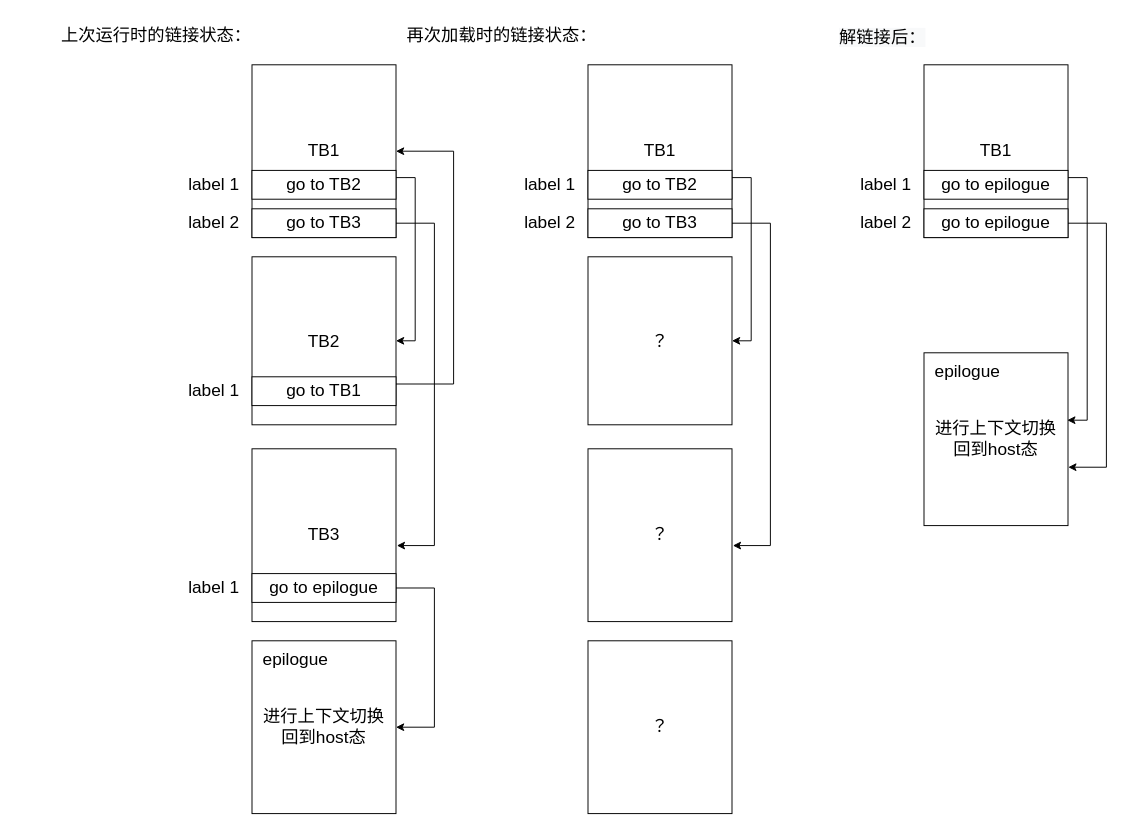
The draw.io diagram page "第 14 页" (15 of 29) of lajit.drawio in ganjue66da/ganjue66da, before the edit. Source tidied: cells renumbered, new cells numbered last; positions are measured from the earlier drawing's top-left corner, leaving out a move shared by most shapes. Both pictures are drawn from the tidied source at 96%, with x=0, y=0 at pixel (50, 16).
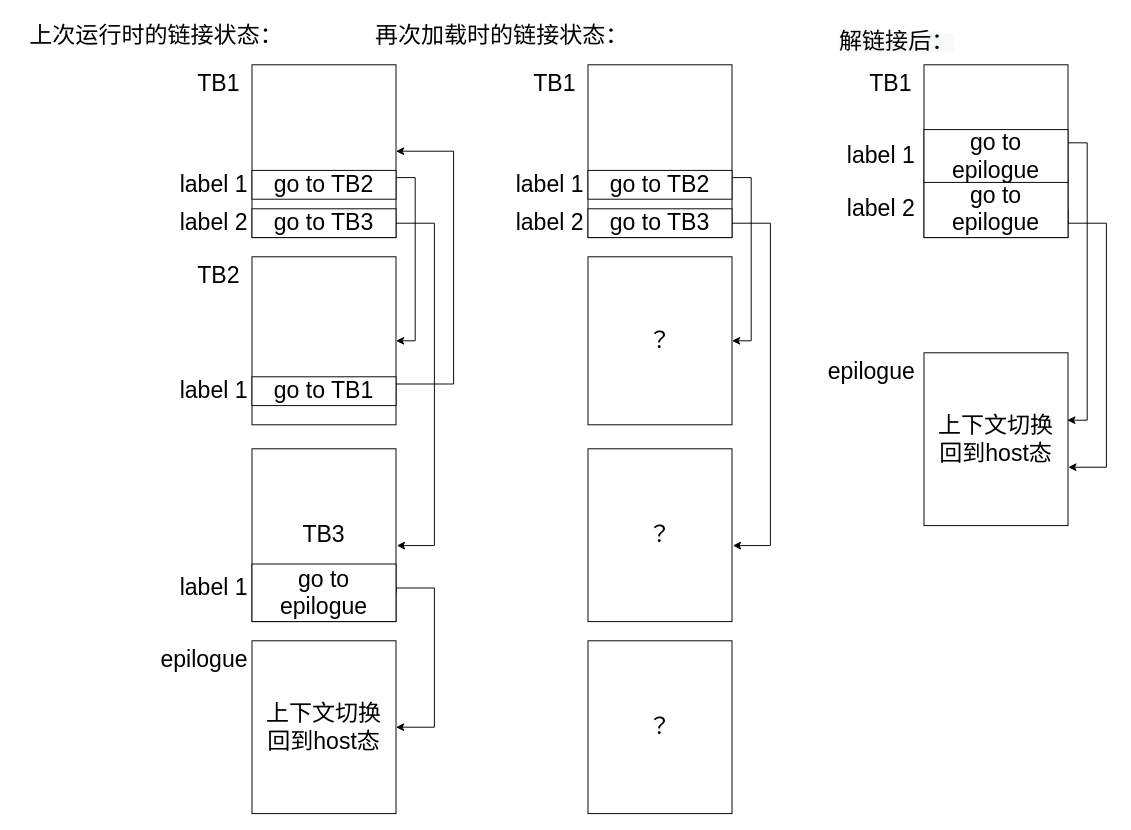
Above is the later version.

What changed in the source:
```diff
@@
-    <mxCell id="2" value="TB1" style="rounded=0;whiteSpace=wrap;html=1;fontSize=18;fillColor=#FFFFFF;" parent="1" vertex="1">
+    <mxCell id="2" style="rounded=0;whiteSpace=wrap;html=1;fontSize=18;fillColor=#FFFFFF;" parent="1" vertex="1">
       <mxGeometry x="210" y="50" width="150" height="180" as="geometry" />
     </mxCell>
@@
-    <mxCell id="4" value="go to TB3" style="rounded=0;whiteSpace=wrap;html=1;fontSize=18;fillColor=#FFFFFF;" parent="1" vertex="1">
+    <mxCell id="4" value="&lt;font style=&quot;font-size: 24px;&quot;&gt;go to TB3&lt;/font&gt;" style="rounded=0;whiteSpace=wrap;html=1;fontSize=18;fillColor=#FFFFFF;" parent="1" vertex="1">
       <mxGeometry x="210" y="200" width="150" height="30" as="geometry" />
     </mxCell>
-    <mxCell id="5" value="label 1" style="text;html=1;align=center;verticalAlign=middle;strokeColor=none;fillColor=none;fontSize=18;" parent="1" vertex="1">
-      <mxGeometry x="130" y="155" width="80" height="40" as="geometry" />
+    <mxCell id="5" value="&lt;font style=&quot;font-size: 24px;&quot;&gt;label 1&lt;/font&gt;" style="text;html=1;align=center;verticalAlign=middle;strokeColor=none;fillColor=none;fontSize=18;" parent="1" vertex="1">
+      <mxGeometry x="125" y="155" width="90" height="40" as="geometry" />
     </mxCell>
-    <mxCell id="6" value="label 2" style="text;html=1;align=center;verticalAlign=middle;strokeColor=none;fillColor=none;fontSize=18;" parent="1" vertex="1">
-      <mxGeometry x="130" y="195" width="80" height="40" as="geometry" />
+    <mxCell id="6" value="&lt;font style=&quot;font-size: 24px;&quot;&gt;label 2&lt;/font&gt;" style="text;html=1;align=center;verticalAlign=middle;strokeColor=none;fillColor=none;fontSize=18;" parent="1" vertex="1">
+      <mxGeometry x="125" y="195" width="90" height="40" as="geometry" />
     </mxCell>
@@
-    <mxCell id="8" value="go to TB2" style="rounded=0;whiteSpace=wrap;html=1;fontSize=18;fillColor=#FFFFFF;" parent="1" vertex="1">
+    <mxCell id="8" value="&lt;font style=&quot;font-size: 24px;&quot;&gt;go to TB2&lt;/font&gt;" style="rounded=0;whiteSpace=wrap;html=1;fontSize=18;fillColor=#FFFFFF;" parent="1" vertex="1">
       <mxGeometry x="210" y="160" width="150" height="30" as="geometry" />
     </mxCell>
-    <mxCell id="9" value="TB2" style="rounded=0;whiteSpace=wrap;html=1;fontSize=18;fillColor=#FFFFFF;" parent="1" vertex="1">
+    <mxCell id="9" style="rounded=0;whiteSpace=wrap;html=1;fontSize=18;fillColor=#FFFFFF;" parent="1" vertex="1">
       <mxGeometry x="210" y="250" width="150" height="175" as="geometry" />
     </mxCell>
-    <mxCell id="10" value="label 1" style="text;html=1;align=center;verticalAlign=middle;strokeColor=none;fillColor=none;fontSize=18;" parent="1" vertex="1">
-      <mxGeometry x="130" y="370" width="80" height="40" as="geometry" />
+    <mxCell id="10" value="&lt;font style=&quot;font-size: 24px;&quot;&gt;label 1&lt;/font&gt;" style="text;html=1;align=center;verticalAlign=middle;strokeColor=none;fillColor=none;fontSize=18;" parent="1" vertex="1">
+      <mxGeometry x="125" y="370" width="90" height="40" as="geometry" />
     </mxCell>
@@
-    <mxCell id="12" value="go to TB1" style="rounded=0;whiteSpace=wrap;html=1;fontSize=18;fillColor=#FFFFFF;" parent="1" vertex="1">
+    <mxCell id="12" value="&lt;font style=&quot;font-size: 24px;&quot;&gt;go to TB1&lt;/font&gt;" style="rounded=0;whiteSpace=wrap;html=1;fontSize=18;fillColor=#FFFFFF;" parent="1" vertex="1">
       <mxGeometry x="210" y="375" width="150" height="30" as="geometry" />
     </mxCell>
-    <mxCell id="13" value="TB3" style="rounded=0;whiteSpace=wrap;html=1;fontSize=18;fillColor=#FFFFFF;" parent="1" vertex="1">
+    <mxCell id="13" value="&lt;font style=&quot;font-size: 24px;&quot;&gt;TB3&lt;/font&gt;" style="rounded=0;whiteSpace=wrap;html=1;fontSize=18;fillColor=#FFFFFF;" parent="1" vertex="1">
       <mxGeometry x="210" y="450" width="150" height="180" as="geometry" />
     </mxCell>
@@
-    <mxCell id="15" value="go to&amp;nbsp;epilogue" style="rounded=0;whiteSpace=wrap;html=1;fontSize=18;fillColor=#FFFFFF;" parent="1" vertex="1">
-      <mxGeometry x="210" y="580" width="150" height="30" as="geometry" />
+    <mxCell id="15" value="&lt;font style=&quot;font-size: 24px;&quot;&gt;go to epilogue&lt;/font&gt;" style="rounded=0;whiteSpace=wrap;html=1;fontSize=18;fillColor=#FFFFFF;align=center;" parent="1" vertex="1">
+      <mxGeometry x="210" y="570" width="150" height="60" as="geometry" />
     </mxCell>
-    <mxCell id="16" value="label 1" style="text;html=1;align=center;verticalAlign=middle;strokeColor=none;fillColor=none;fontSize=18;" parent="1" vertex="1">
-      <mxGeometry x="130" y="575" width="80" height="40" as="geometry" />
+    <mxCell id="16" value="&lt;font style=&quot;font-size: 24px;&quot;&gt;label 1&lt;/font&gt;" style="text;html=1;align=center;verticalAlign=middle;strokeColor=none;fillColor=none;fontSize=18;" parent="1" vertex="1">
+      <mxGeometry x="125" y="575" width="90" height="40" as="geometry" />
     </mxCell>
-    <mxCell id="17" value="进行上下文切换&lt;br&gt;回到host态" style="rounded=0;whiteSpace=wrap;html=1;fontSize=18;fillColor=#FFFFFF;" parent="1" vertex="1">
+    <mxCell id="17" value="&lt;font style=&quot;font-size: 24px;&quot;&gt;上下文切换&lt;br&gt;回到host态&lt;/font&gt;" style="rounded=0;whiteSpace=wrap;html=1;fontSize=18;fillColor=#FFFFFF;" parent="1" vertex="1">
       <mxGeometry x="210" y="650" width="150" height="180" as="geometry" />
     </mxCell>
-    <mxCell id="18" value="&lt;span style=&quot;&quot;&gt;epilogue&lt;/span&gt;" style="text;html=1;align=center;verticalAlign=middle;strokeColor=none;fillColor=none;fontSize=18;" parent="1" vertex="1">
-      <mxGeometry x="210" y="650" width="90" height="40" as="geometry" />
-    </mxCell>
-    <mxCell id="19" value="上次运行时的链接状态：" style="text;html=1;align=center;verticalAlign=middle;strokeColor=none;fillColor=none;fontSize=18;" parent="1" vertex="1">
-      <mxGeometry width="220" height="40" as="geometry" />
+    <mxCell id="19" value="&lt;font style=&quot;font-size: 24px;&quot;&gt;上次运行时的链接状态：&lt;/font&gt;" style="text;html=1;align=center;verticalAlign=middle;strokeColor=none;fillColor=none;fontSize=18;" parent="1" vertex="1">
+      <mxGeometry x="-35" width="290" height="40" as="geometry" />
     </mxCell>
-    <mxCell id="20" value="再次加载时的链接状态：" style="text;html=1;align=center;verticalAlign=middle;strokeColor=none;fillColor=none;fontSize=18;" parent="1" vertex="1">
-      <mxGeometry x="360" width="220" height="40" as="geometry" />
+    <mxCell id="20" value="&lt;font style=&quot;font-size: 24px;&quot;&gt;再次加载时的链接状态：&lt;/font&gt;" style="text;html=1;align=center;verticalAlign=middle;strokeColor=none;fillColor=none;fontSize=18;" parent="1" vertex="1">
+      <mxGeometry x="325" width="290" height="40" as="geometry" />
     </mxCell>
-    <mxCell id="21" value="&lt;span style=&quot;color: rgb(0, 0, 0); font-family: Helvetica; font-size: 18px; font-style: normal; font-variant-ligatures: normal; font-variant-caps: normal; font-weight: 400; letter-spacing: normal; orphans: 2; text-align: center; text-indent: 0px; text-transform: none; widows: 2; word-spacing: 0px; -webkit-text-stroke-width: 0px; background-color: rgb(248, 249, 250); text-decoration-thickness: initial; text-decoration-style: initial; text-decoration-color: initial; float: none; display: inline !important;&quot;&gt;解链接后：&lt;/span&gt;" style="text;whiteSpace=wrap;html=1;fontSize=18;" parent="1" vertex="1">
+    <mxCell id="21" value="&lt;span style=&quot;color: rgb(0, 0, 0); font-family: Helvetica; font-style: normal; font-variant-ligatures: normal; font-variant-caps: normal; font-weight: 400; letter-spacing: normal; orphans: 2; text-align: center; text-indent: 0px; text-transform: none; widows: 2; word-spacing: 0px; -webkit-text-stroke-width: 0px; background-color: rgb(248, 249, 250); text-decoration-thickness: initial; text-decoration-style: initial; text-decoration-color: initial; float: none; display: inline !important;&quot;&gt;&lt;font style=&quot;font-size: 24px;&quot;&gt;解链接后：&lt;/font&gt;&lt;/span&gt;" style="text;whiteSpace=wrap;html=1;fontSize=18;" parent="1" vertex="1">
       <mxGeometry x="820" y="5" width="210" height="45" as="geometry" />
     </mxCell>
-    <mxCell id="22" value="TB1" style="rounded=0;whiteSpace=wrap;html=1;fontSize=18;fillColor=#FFFFFF;" parent="1" vertex="1">
+    <mxCell id="22" style="rounded=0;whiteSpace=wrap;html=1;fontSize=18;fillColor=#FFFFFF;" parent="1" vertex="1">
       <mxGeometry x="560" y="50" width="150" height="180" as="geometry" />
     </mxCell>
@@
-    <mxCell id="24" value="go to TB3" style="rounded=0;whiteSpace=wrap;html=1;fontSize=18;fillColor=#FFFFFF;" parent="1" vertex="1">
+    <mxCell id="24" value="&lt;font style=&quot;font-size: 24px;&quot;&gt;go to TB3&lt;/font&gt;" style="rounded=0;whiteSpace=wrap;html=1;fontSize=18;fillColor=#FFFFFF;" parent="1" vertex="1">
       <mxGeometry x="560" y="200" width="150" height="30" as="geometry" />
     </mxCell>
-    <mxCell id="25" value="label 1" style="text;html=1;align=center;verticalAlign=middle;strokeColor=none;fillColor=none;fontSize=18;" parent="1" vertex="1">
-      <mxGeometry x="480" y="155" width="80" height="40" as="geometry" />
+    <mxCell id="25" value="&lt;font style=&quot;font-size: 24px;&quot;&gt;label 1&lt;/font&gt;" style="text;html=1;align=center;verticalAlign=middle;strokeColor=none;fillColor=none;fontSize=18;" parent="1" vertex="1">
+      <mxGeometry x="475" y="155" width="90" height="40" as="geometry" />
     </mxCell>
-    <mxCell id="26" value="label 2" style="text;html=1;align=center;verticalAlign=middle;strokeColor=none;fillColor=none;fontSize=18;" parent="1" vertex="1">
-      <mxGeometry x="480" y="195" width="80" height="40" as="geometry" />
+    <mxCell id="26" value="&lt;font style=&quot;font-size: 24px;&quot;&gt;label 2&lt;/font&gt;" style="text;html=1;align=center;verticalAlign=middle;strokeColor=none;fillColor=none;fontSize=18;" parent="1" vertex="1">
+      <mxGeometry x="475" y="195" width="90" height="40" as="geometry" />
     </mxCell>
@@
-    <mxCell id="28" value="go to TB2" style="rounded=0;whiteSpace=wrap;html=1;fontSize=18;fillColor=#FFFFFF;" parent="1" vertex="1">
+    <mxCell id="28" value="&lt;font style=&quot;font-size: 24px;&quot;&gt;go to TB2&lt;/font&gt;" style="rounded=0;whiteSpace=wrap;html=1;fontSize=18;fillColor=#FFFFFF;" parent="1" vertex="1">
       <mxGeometry x="560" y="160" width="150" height="30" as="geometry" />
     </mxCell>
-    <mxCell id="29" value="？" style="rounded=0;whiteSpace=wrap;html=1;fontSize=18;fillColor=#FFFFFF;" parent="1" vertex="1">
+    <mxCell id="29" value="&lt;font style=&quot;font-size: 24px;&quot;&gt;？&lt;/font&gt;" style="rounded=0;whiteSpace=wrap;html=1;fontSize=18;fillColor=#FFFFFF;" parent="1" vertex="1">
       <mxGeometry x="560" y="250" width="150" height="175" as="geometry" />
     </mxCell>
-    <mxCell id="30" value="？" style="rounded=0;whiteSpace=wrap;html=1;fontSize=18;fillColor=#FFFFFF;" parent="1" vertex="1">
+    <mxCell id="30" value="&lt;font style=&quot;font-size: 24px;&quot;&gt;？&lt;/font&gt;" style="rounded=0;whiteSpace=wrap;html=1;fontSize=18;fillColor=#FFFFFF;" parent="1" vertex="1">
       <mxGeometry x="560" y="450" width="150" height="180" as="geometry" />
     </mxCell>
-    <mxCell id="31" value="？" style="rounded=0;whiteSpace=wrap;html=1;fontSize=18;fillColor=#FFFFFF;" parent="1" vertex="1">
+    <mxCell id="31" value="&lt;font style=&quot;font-size: 24px;&quot;&gt;？&lt;/font&gt;" style="rounded=0;whiteSpace=wrap;html=1;fontSize=18;fillColor=#FFFFFF;" parent="1" vertex="1">
       <mxGeometry x="560" y="650" width="150" height="180" as="geometry" />
     </mxCell>
-    <mxCell id="32" value="TB1" style="rounded=0;whiteSpace=wrap;html=1;fontSize=18;fillColor=#FFFFFF;" parent="1" vertex="1">
+    <mxCell id="32" style="rounded=0;whiteSpace=wrap;html=1;fontSize=18;fillColor=#FFFFFF;" parent="1" vertex="1">
       <mxGeometry x="910" y="50" width="150" height="180" as="geometry" />
     </mxCell>
@@
-    <mxCell id="34" value="go to epilogue" style="rounded=0;whiteSpace=wrap;html=1;fontSize=18;fillColor=#FFFFFF;" parent="1" vertex="1">
-      <mxGeometry x="910" y="200" width="150" height="30" as="geometry" />
+    <mxCell id="34" value="&lt;font style=&quot;font-size: 24px;&quot;&gt;go to epilogue&lt;/font&gt;" style="rounded=0;whiteSpace=wrap;html=1;fontSize=18;fillColor=#FFFFFF;" parent="1" vertex="1">
+      <mxGeometry x="910" y="170" width="150" height="60" as="geometry" />
     </mxCell>
-    <mxCell id="35" value="label 1" style="text;html=1;align=center;verticalAlign=middle;strokeColor=none;fillColor=none;fontSize=18;" parent="1" vertex="1">
-      <mxGeometry x="830" y="155" width="80" height="40" as="geometry" />
+    <mxCell id="35" value="&lt;font style=&quot;font-size: 24px;&quot;&gt;label 1&lt;/font&gt;" style="text;html=1;align=center;verticalAlign=middle;strokeColor=none;fillColor=none;fontSize=18;" parent="1" vertex="1">
+      <mxGeometry x="820" y="125" width="90" height="40" as="geometry" />
     </mxCell>
-    <mxCell id="36" value="label 2" style="text;html=1;align=center;verticalAlign=middle;strokeColor=none;fillColor=none;fontSize=18;" parent="1" vertex="1">
-      <mxGeometry x="830" y="195" width="80" height="40" as="geometry" />
+    <mxCell id="36" value="&lt;font style=&quot;font-size: 24px;&quot;&gt;label 2&lt;/font&gt;" style="text;html=1;align=center;verticalAlign=middle;strokeColor=none;fillColor=none;fontSize=18;" parent="1" vertex="1">
+      <mxGeometry x="820" y="180" width="90" height="40" as="geometry" />
     </mxCell>
@@
-    <mxCell id="38" value="go to epilogue" style="rounded=0;whiteSpace=wrap;html=1;fontSize=18;fillColor=#FFFFFF;" parent="1" vertex="1">
-      <mxGeometry x="910" y="160" width="150" height="30" as="geometry" />
+    <mxCell id="38" value="&lt;font style=&quot;font-size: 24px;&quot;&gt;go to epilogue&lt;/font&gt;" style="rounded=0;whiteSpace=wrap;html=1;fontSize=18;fillColor=#FFFFFF;" parent="1" vertex="1">
+      <mxGeometry x="910" y="117.5" width="150" height="55" as="geometry" />
     </mxCell>
-    <mxCell id="39" value="进行上下文切换&lt;br&gt;回到host态" style="rounded=0;whiteSpace=wrap;html=1;fontSize=18;fillColor=#FFFFFF;" parent="1" vertex="1">
+    <mxCell id="39" value="&lt;font style=&quot;font-size: 24px;&quot;&gt;上下文切换&lt;br&gt;回到host态&lt;/font&gt;" style="rounded=0;whiteSpace=wrap;html=1;fontSize=18;fillColor=#FFFFFF;" parent="1" vertex="1">
       <mxGeometry x="910" y="350" width="150" height="180" as="geometry" />
     </mxCell>
-    <mxCell id="40" value="&lt;span style=&quot;&quot;&gt;epilogue&lt;/span&gt;" style="text;html=1;align=center;verticalAlign=middle;strokeColor=none;fillColor=none;fontSize=18;" parent="1" vertex="1">
-      <mxGeometry x="910" y="350" width="90" height="40" as="geometry" />
+    <mxCell id="40" value="&lt;span style=&quot;&quot;&gt;&lt;font style=&quot;font-size: 24px;&quot;&gt;epilogue&lt;/font&gt;&lt;/span&gt;" style="text;html=1;align=center;verticalAlign=middle;strokeColor=none;fillColor=none;fontSize=18;" parent="1" vertex="1">
+      <mxGeometry x="800" y="350" width="110" height="40" as="geometry" />
     </mxCell>
+    <mxCell id="41" value="TB1" style="text;html=1;align=center;verticalAlign=middle;strokeColor=none;fillColor=none;fontSize=24;" parent="1" vertex="1">
+      <mxGeometry x="840" y="50" width="70" height="40" as="geometry" />
+    </mxCell>
+    <mxCell id="42" value="TB1" style="text;html=1;align=center;verticalAlign=middle;strokeColor=none;fillColor=none;fontSize=24;" parent="1" vertex="1">
+      <mxGeometry x="490" y="50" width="70" height="40" as="geometry" />
+    </mxCell>
+    <mxCell id="43" value="TB1" style="text;html=1;align=center;verticalAlign=middle;strokeColor=none;fillColor=none;fontSize=24;" parent="1" vertex="1">
+      <mxGeometry x="140" y="50" width="70" height="40" as="geometry" />
+    </mxCell>
+    <mxCell id="44" value="TB2" style="text;html=1;align=center;verticalAlign=middle;strokeColor=none;fillColor=none;fontSize=24;" parent="1" vertex="1">
+      <mxGeometry x="140" y="250" width="70" height="40" as="geometry" />
+    </mxCell>
+    <mxCell id="18" value="epilogue" style="text;html=1;align=center;verticalAlign=middle;strokeColor=none;fillColor=none;fontSize=24;" parent="1" vertex="1">
+      <mxGeometry x="105" y="650" width="110" height="40" as="geometry" />
+    </mxCell>
```
